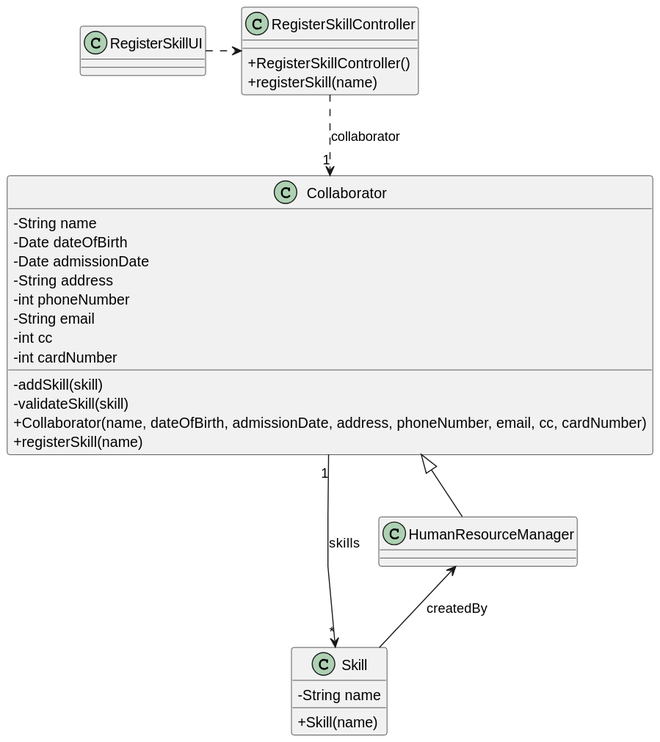
The PlantUML diagram docs/sprint2/us01/03.design/svg/us01-class-diagram.svg in Departamento-de-Engenharia-Informatica/lei-24-s2-1db-g022, before a commit. Its diagram source:
```plantuml
@startuml
skinparam packageStyle rectangle
skinparam shadowing false
skinparam linetype polyline

skinparam classAttributeIconSize 0


class Skill {
    - String name

    + Skill(name)
}

class Collaborator {
    -String name
    -Date dateOfBirth
    -Date admissionDate
    -String address
    -int phoneNumber
    -String email
    -int cc
    -int cardNumber

    - addSkill(skill)
    - validateSkill(skill)
    + Collaborator(name, dateOfBirth, admissionDate, address, phoneNumber, email, cc, cardNumber)
    + registerSkill(name)
}

class RegisterSkillController {
    + RegisterSkillController()
    + registerSkill(name)
}

class RegisterSkillUI {
}


RegisterSkillUI .> RegisterSkillController

RegisterSkillController ..> "1" Collaborator : collaborator
Collaborator "1" --> "*" Skill : skills
Collaborator  <|--  HumanResourceManager

HumanResourceManager <--  Skill: createdBy
@enduml
```
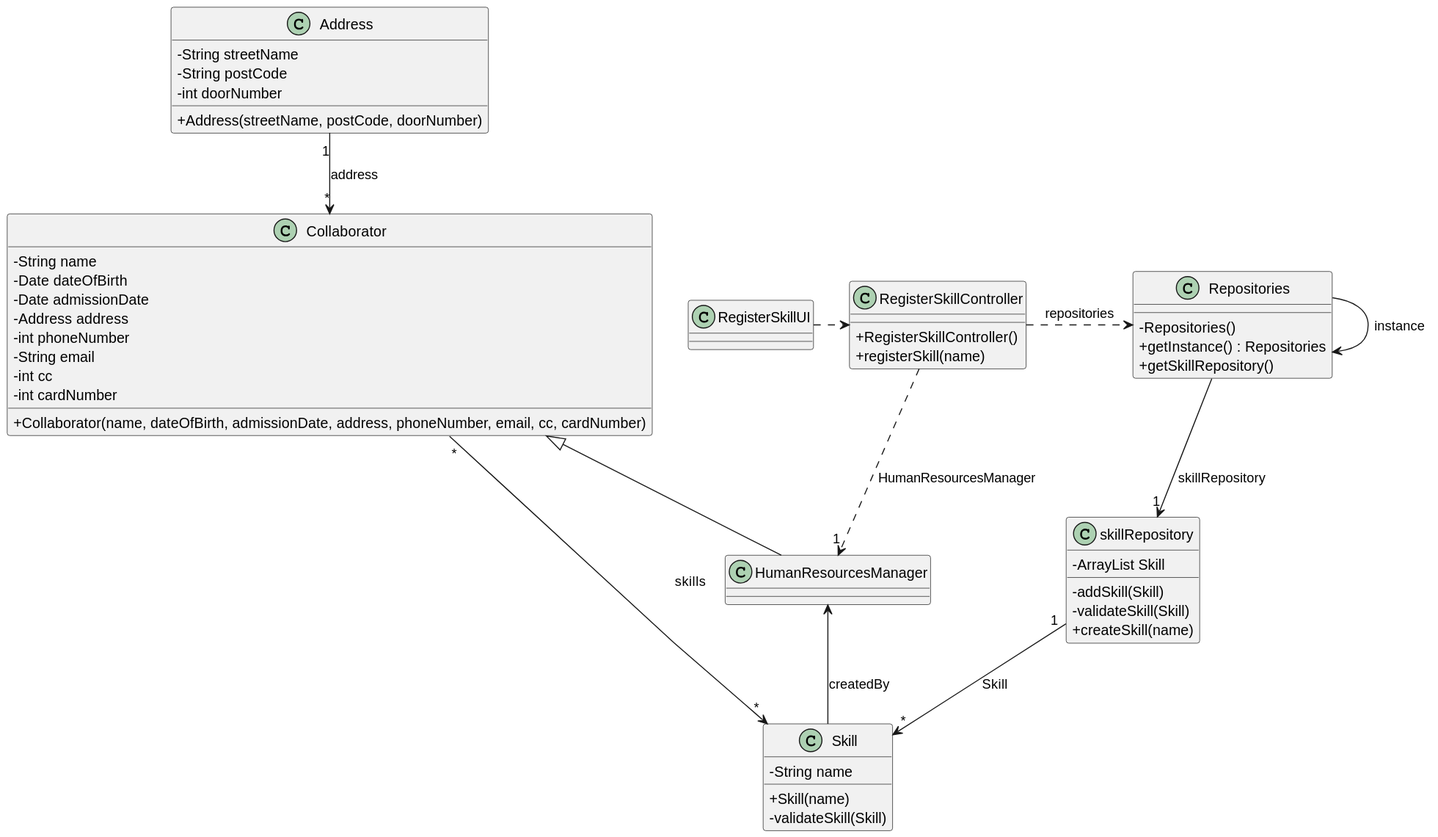
The same file after the commit.

Commit message:
Realization the design US01. - Sequence diagram and class diagram

Change to the diagram source:
```diff
@@ -10,25 +10,11 @@
     - String name
 
     + Skill(name)
-}
-
-class Collaborator {
-    -String name
-    -Date dateOfBirth
-    -Date admissionDate
-    -String address
-    -int phoneNumber
-    -String email
-    -int cc
-    -int cardNumber
-
-    - addSkill(skill)
-    - validateSkill(skill)
-    + Collaborator(name, dateOfBirth, admissionDate, address, phoneNumber, email, cc, cardNumber)
-    + registerSkill(name)
+    - validateSkill(Skill)
 }
 
 class RegisterSkillController {
+
     + RegisterSkillController()
     + registerSkill(name)
 }
@@ -36,12 +22,53 @@
 class RegisterSkillUI {
 }
 
+class Collaborator {
+    -String name
+    -Date dateOfBirth
+    -Date admissionDate
+    -Address address
+    -int phoneNumber
+    -String email
+    -int cc
+    -int cardNumber
 
+    + Collaborator(name, dateOfBirth, admissionDate, address, phoneNumber, email, cc, cardNumber)
+}
+
+class Address{
+    -String streetName
+    -String postCode
+    -int doorNumber
+
+    +Address(streetName, postCode, doorNumber)
+}
+
+class HumanResourcesManager {
+}
+
+class Repositories {
+
+    - Repositories()
+    + getInstance() : Repositories
+    + getSkillRepository()
+}
+
+class skillRepository {
+    - ArrayList Skill
+
+    - addSkill(Skill)
+    - validateSkill(Skill)
+    + createSkill(name)
+}
+
+RegisterSkillController .> Repositories : repositories
 RegisterSkillUI .> RegisterSkillController
-
-RegisterSkillController ..> "1" Collaborator : collaborator
-Collaborator "1" --> "*" Skill : skills
-Collaborator  <|--  HumanResourceManager
-
-HumanResourceManager <--  Skill: createdBy
+Repositories -> Repositories : instance
+Repositories --> "1" skillRepository : skillRepository
+skillRepository "1" --> "*" Skill : Skill
+Collaborator  <|--  HumanResourcesManager
+RegisterSkillController ..> "1" HumanResourcesManager : HumanResourcesManager
+HumanResourcesManager <--  Skill: createdBy
+Collaborator "*" --> "*" Skill : skills
+Address "1" --> "*" Collaborator : address
 @enduml
```
